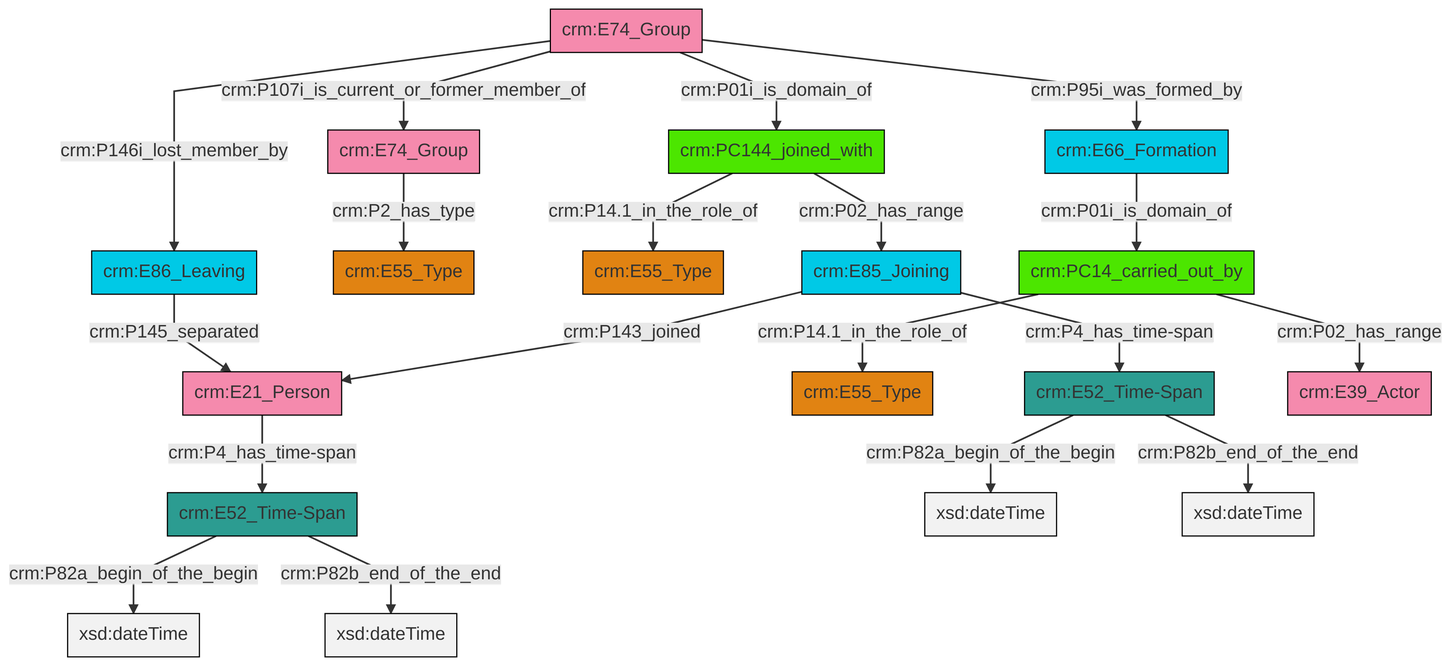
This is et/groupCSV/ttl/mmd/png/group_actor_relations.png from swiss-art-research-net/reference-data-models, a Mermaid export, as it was before one commit. Its source is kept beside it as et/groupCSV/ttl/mmd/group_actor_relations.ttl.mmd.
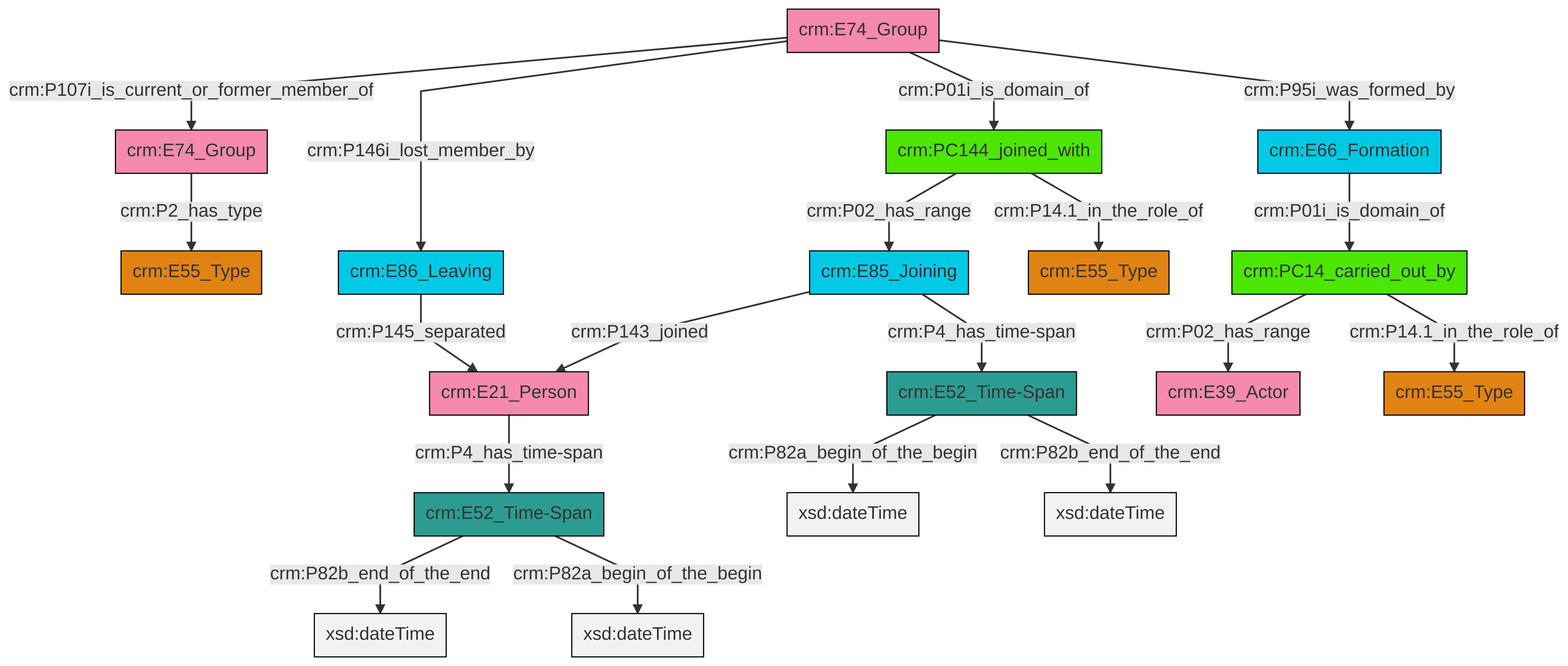
After the commit.

The edit, as a diff of the source:
```diff
@@ -13,21 +13,21 @@
 classDef PC_Classes fill:#4ce600, stroke:#000000;
 classDef Multi fill:#cccccc,stroke:#000000;
 
-0["crm:E85_Joining"]:::Temporal_Entity -->|crm:P143_joined| 1["crm:E21_Person"]:::Actor
-2["crm:E74_Group"]:::Actor -->|crm:P2_has_type| 3["crm:E55_Type"]:::Type
-8["crm:E74_Group"]:::Actor -->|crm:P01i_is_domain_of| 9["crm:PC144_joined_with"]:::PC_Classes
-9["crm:PC144_joined_with"]:::PC_Classes -->|crm:P02_has_range| 0["crm:E85_Joining"]:::Temporal_Entity
-1["crm:E21_Person"]:::Actor -->|crm:P4_has_time-span| 10["crm:E52_Time-Span"]:::Time-Span
-8["crm:E74_Group"]:::Actor -->|crm:P95i_was_formed_by| 11["crm:E66_Formation"]:::Temporal_Entity
-13["crm:E52_Time-Span"]:::Time-Span -->|crm:P82a_begin_of_the_begin| 14[xsd:dateTime]:::Literal
-9["crm:PC144_joined_with"]:::PC_Classes -->|crm:P14.1_in_the_role_of| 6["crm:E55_Type"]:::Type
-8["crm:E74_Group"]:::Actor -->|crm:P107i_is_current_or_former_member_of| 2["crm:E74_Group"]:::Actor
-10["crm:E52_Time-Span"]:::Time-Span -->|crm:P82a_begin_of_the_begin| 16[xsd:dateTime]:::Literal
-11["crm:E66_Formation"]:::Temporal_Entity -->|crm:P01i_is_domain_of| 19["crm:PC14_carried_out_by"]:::PC_Classes
-19["crm:PC14_carried_out_by"]:::PC_Classes -->|crm:P02_has_range| 21["crm:E39_Actor"]:::Actor
-23["crm:E86_Leaving"]:::Temporal_Entity -->|crm:P145_separated| 1["crm:E21_Person"]:::Actor
-10["crm:E52_Time-Span"]:::Time-Span -->|crm:P82b_end_of_the_end| 26[xsd:dateTime]:::Literal
-8["crm:E74_Group"]:::Actor -->|crm:P146i_lost_member_by| 23["crm:E86_Leaving"]:::Temporal_Entity
-0["crm:E85_Joining"]:::Temporal_Entity -->|crm:P4_has_time-span| 13["crm:E52_Time-Span"]:::Time-Span
-13["crm:E52_Time-Span"]:::Time-Span -->|crm:P82b_end_of_the_end| 33[xsd:dateTime]:::Literal
-19["crm:PC14_carried_out_by"]:::PC_Classes -->|crm:P14.1_in_the_role_of| 4["crm:E55_Type"]:::Type
+0["crm:E74_Group"]:::Actor -->|crm:P01i_is_domain_of| 1["crm:PC144_joined_with"]:::PC_Classes
+0["crm:E74_Group"]:::Actor -->|crm:P146i_lost_member_by| 4["crm:E86_Leaving"]:::Temporal_Entity
+7["crm:E52_Time-Span"]:::Time-Span -->|crm:P82b_end_of_the_end| 8[xsd:dateTime]:::Literal
+11["crm:E74_Group"]:::Actor -->|crm:P2_has_type| 2["crm:E55_Type"]:::Type
+5["crm:E85_Joining"]:::Temporal_Entity -->|crm:P143_joined| 12["crm:E21_Person"]:::Actor
+18["crm:E52_Time-Span"]:::Time-Span -->|crm:P82a_begin_of_the_begin| 19[xsd:dateTime]:::Literal
+9["crm:E66_Formation"]:::Temporal_Entity -->|crm:P01i_is_domain_of| 20["crm:PC14_carried_out_by"]:::PC_Classes
+12["crm:E21_Person"]:::Actor -->|crm:P4_has_time-span| 7["crm:E52_Time-Span"]:::Time-Span
+4["crm:E86_Leaving"]:::Temporal_Entity -->|crm:P145_separated| 12["crm:E21_Person"]:::Actor
+0["crm:E74_Group"]:::Actor -->|crm:P95i_was_formed_by| 9["crm:E66_Formation"]:::Temporal_Entity
+7["crm:E52_Time-Span"]:::Time-Span -->|crm:P82a_begin_of_the_begin| 26[xsd:dateTime]:::Literal
+1["crm:PC144_joined_with"]:::PC_Classes -->|crm:P14.1_in_the_role_of| 14["crm:E55_Type"]:::Type
+5["crm:E85_Joining"]:::Temporal_Entity -->|crm:P4_has_time-span| 18["crm:E52_Time-Span"]:::Time-Span
+20["crm:PC14_carried_out_by"]:::PC_Classes -->|crm:P02_has_range| 21["crm:E39_Actor"]:::Actor
+18["crm:E52_Time-Span"]:::Time-Span -->|crm:P82b_end_of_the_end| 31[xsd:dateTime]:::Literal
+20["crm:PC14_carried_out_by"]:::PC_Classes -->|crm:P14.1_in_the_role_of| 27["crm:E55_Type"]:::Type
+1["crm:PC144_joined_with"]:::PC_Classes -->|crm:P02_has_range| 5["crm:E85_Joining"]:::Temporal_Entity
+0["crm:E74_Group"]:::Actor -->|crm:P107i_is_current_or_former_member_of| 11["crm:E74_Group"]:::Actor
```
